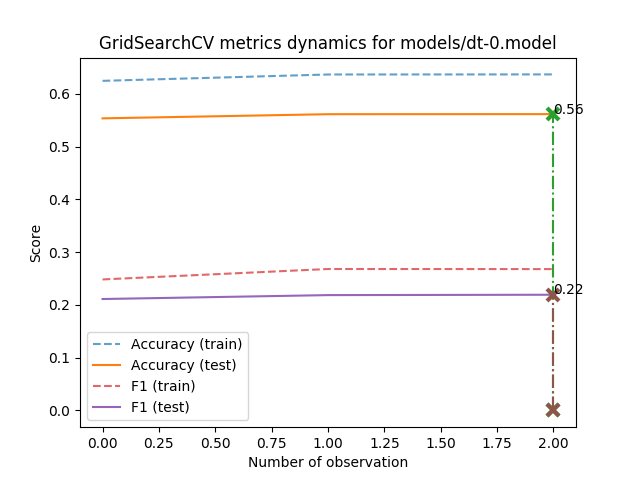
This is models/dt-0.model_metrics.png from AverHLV/diploma-computations, a Graphviz export, as it was before one commit. Its source is kept beside it as models/dt-0.model.dot.
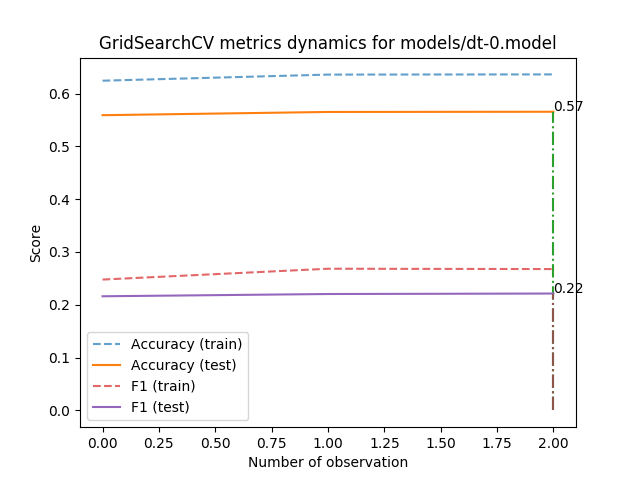
After the change.

What changed in the source:
```diff
@@ -1,56 +1,56 @@
 digraph Tree {
 node [shape=box, style="filled", color="black"] ;
-0 [label="Topic <= 0.998\ngini = 0.559\nsamples = 12050\nvalue = [[30, 5166, 706, 4402, 1746]\n[322, 7282, 2436, 828, 1182]\n[144, 6540, 585, 4082, 699]\n...\n[15, 5606, 844, 3950, 1635]\n[8, 154, 61, 49, 11778]\n[17, 2004, 33, 7737, 2259]]", fillcolor="#fffdfb"] ;
-1 [label="Екогрупа <= -2.261\ngini = 0.544\nsamples = 9290\nvalue = [[25, 4620, 562, 2721, 1362]\n[273, 5762, 1754, 570, 931]\n[123, 5752, 474, 2294, 647]\n...\n[15, 4909, 458, 2521, 1387]\n[7, 134, 34, 40, 9075]\n[16, 1800, 22, 5810, 1642]]", fillcolor="#fdf6f1"] ;
+0 [label="Topic <= 0.998\ngini = 0.558\nsamples = 12050\nvalue = [[27, 5113, 711, 4402, 1797]\n[327, 7332, 2419, 819, 1153]\n[149, 6572, 601, 4012, 716]\n...\n[15, 5698, 834, 3898, 1605]\n[10, 146, 64, 42, 11788]\n[15, 2007, 29, 7736, 2263]]", fillcolor="#fefcfb"] ;
+1 [label="Екогрупа <= -2.261\ngini = 0.544\nsamples = 9288\nvalue = [[23, 4571, 561, 2715, 1418]\n[272, 5796, 1748, 558, 914]\n[131, 5761, 496, 2242, 658]\n...\n[15, 4977, 455, 2485, 1356]\n[8, 126, 37, 30, 9087]\n[14, 1796, 21, 5836, 1621]]", fillcolor="#fdf6f1"] ;
 0 -> 1 [labeldistance=2.5, labelangle=45, headlabel="True"] ;
-5 [label="gini = 0.494\nsamples = 499\nvalue = [[3, 121, 16, 231, 128]\n[1, 311, 70, 39, 78]\n[2, 155, 8, 283, 51]\n...\n[0, 128, 31, 206, 134]\n[0, 0, 0, 0, 499]\n[5, 20, 0, 39, 435]]", fillcolor="#f9e1d0"] ;
+5 [label="gini = 0.494\nsamples = 469\nvalue = [[2, 107, 15, 221, 124]\n[1, 283, 66, 39, 80]\n[2, 140, 6, 272, 49]\n...\n[0, 120, 31, 193, 125]\n[0, 0, 0, 0, 469]\n[5, 15, 0, 33, 416]]", fillcolor="#f9e1d0"] ;
 1 -> 5 ;
-6 [label="ОБ <= -0.102\ngini = 0.538\nsamples = 8791\nvalue = [[22, 4499, 546, 2490, 1234]\n[272, 5451, 1684, 531, 853]\n[121, 5597, 466, 2011, 596]\n...\n[15, 4781, 427, 2315, 1253]\n[7, 134, 34, 40, 8576]\n[11, 1780, 22, 5771, 1207]]", fillcolor="#fdf4ed"] ;
+6 [label="ОБ <= -0.236\ngini = 0.538\nsamples = 8819\nvalue = [[21, 4464, 546, 2494, 1294]\n[271, 5513, 1682, 519, 834]\n[129, 5621, 490, 1970, 609]\n...\n[15, 4857, 424, 2292, 1231]\n[8, 126, 37, 30, 8618]\n[9, 1781, 21, 5803, 1205]]", fillcolor="#fdf4ed"] ;
 1 -> 6 ;
-7 [label="НФ <= 0.032\ngini = 0.526\nsamples = 2438\nvalue = [[14, 1426, 118, 492, 388]\n[51, 1586, 302, 166, 333]\n[34, 1538, 86, 437, 343]\n...\n[7, 1371, 102, 572, 386]\n[2, 25, 9, 1, 2401]\n[8, 444, 1, 1562, 423]]", fillcolor="#fcefe5"] ;
+7 [label="НФ <= 0.032\ngini = 0.522\nsamples = 2146\nvalue = [[10, 1258, 103, 404, 371]\n[44, 1409, 242, 145, 306]\n[31, 1372, 65, 381, 297]\n...\n[5, 1228, 77, 502, 334]\n[1, 21, 8, 1, 2115]\n[3, 372, 0, 1388, 383]]", fillcolor="#fbede2"] ;
 6 -> 7 ;
-21 [label="Екогрупа <= -0.778\ngini = 0.517\nsamples = 993\nvalue = [[1, 548, 35, 269, 140]\n[15, 680, 91, 72, 135]\n[11, 598, 29, 176, 179]\n...\n[2, 567, 24, 313, 87]\n[0, 5, 0, 0, 988]\n[3, 138, 0, 717, 135]]", fillcolor="#fbebdf"] ;
+21 [label="Екогрупа <= -0.142\ngini = 0.513\nsamples = 881\nvalue = [[1, 513, 34, 203, 130]\n[15, 632, 60, 52, 122]\n[8, 540, 23, 151, 159]\n...\n[1, 516, 18, 268, 78]\n[0, 3, 0, 0, 878]\n[1, 106, 0, 654, 120]]", fillcolor="#fae9dc"] ;
 7 -> 21 ;
-25 [label="gini = 0.393\nsamples = 226\nvalue = [[1, 177, 4, 15, 29]\n[0, 191, 11, 12, 12]\n[0, 194, 4, 23, 5]\n...\n[2, 165, 6, 24, 29]\n[0, 4, 0, 0, 222]\n[0, 10, 0, 147, 69]]", fillcolor="#f0b68c"] ;
+25 [label="gini = 0.435\nsamples = 320\nvalue = [[1, 245, 9, 30, 35]\n[1, 271, 16, 9, 23]\n[1, 272, 6, 28, 13]\n...\n[1, 230, 6, 42, 41]\n[0, 3, 0, 0, 317]\n[1, 17, 0, 221, 81]]", fillcolor="#f4c8a8"] ;
 21 -> 25 ;
-26 [label="gini = 0.524\nsamples = 767\nvalue = [[0, 371, 31, 254, 111]\n[15, 489, 80, 60, 123]\n[11, 404, 25, 153, 174]\n...\n[0, 402, 18, 289, 58]\n[0, 1, 0, 0, 766]\n[3, 128, 0, 570, 66]]", fillcolor="#fbeee4"] ;
+26 [label="gini = 0.518\nsamples = 561\nvalue = [[0, 268, 25, 173, 95]\n[14, 361, 44, 43, 99]\n[7, 268, 17, 123, 146]\n...\n[0, 286, 12, 226, 37]\n[0, 0, 0, 0, 561]\n[0, 89, 0, 433, 39]]", fillcolor="#fbebe0"] ;
 21 -> 26 ;
-22 [label="gini = 0.513\nsamples = 1445\nvalue = [[13, 878, 83, 223, 248]\n[36, 906, 211, 94, 198]\n[23, 940, 57, 261, 164]\n...\n[5, 804, 78, 259, 299]\n[2, 20, 9, 1, 1413]\n[5, 306, 1, 845, 288]]", fillcolor="#fae9dc"] ;
+22 [label="gini = 0.507\nsamples = 1265\nvalue = [[9, 745, 69, 201, 241]\n[29, 777, 182, 93, 184]\n[23, 832, 42, 230, 138]\n...\n[4, 712, 59, 234, 256]\n[1, 18, 8, 1, 1237]\n[2, 266, 0, 734, 263]]", fillcolor="#fae6d8"] ;
 7 -> 22 ;
-8 [label="Topic <= -1.596\ngini = 0.532\nsamples = 6353\nvalue = [[8, 3073, 428, 1998, 846]\n[221, 3865, 1382, 365, 520]\n[87, 4059, 380, 1574, 253]\n...\n[8, 3410, 325, 1743, 867]\n[5, 109, 25, 39, 6175]\n[3, 1336, 21, 4209, 784]]", fillcolor="#fcf1e9"] ;
+8 [label="Topic <= -1.596\ngini = 0.533\nsamples = 6673\nvalue = [[11, 3206, 443, 2090, 923]\n[227, 4104, 1440, 374, 528]\n[98, 4249, 425, 1589, 312]\n...\n[10, 3629, 347, 1790, 897]\n[7, 105, 29, 29, 6503]\n[6, 1409, 21, 4415, 822]]", fillcolor="#fcf1ea"] ;
 6 -> 8 ;
-9 [label="gini = 0.468\nsamples = 327\nvalue = [[3, 87, 57, 157, 23]\n[6, 236, 64, 10, 11]\n[0, 83, 64, 178, 2]\n...\n[1, 77, 77, 126, 46]\n[0, 24, 1, 17, 285]\n[0, 27, 0, 225, 75]]", fillcolor="#f6d6be"] ;
+9 [label="gini = 0.464\nsamples = 333\nvalue = [[3, 87, 60, 163, 20]\n[5, 249, 58, 10, 11]\n[0, 81, 67, 185, 0]\n...\n[1, 74, 88, 132, 38]\n[0, 21, 1, 12, 299]\n[0, 21, 0, 224, 88]]", fillcolor="#f6d4bc"] ;
 8 -> 9 ;
-10 [label="Екогрупа <= 0.493\ngini = 0.527\nsamples = 6026\nvalue = [[5, 2986, 371, 1841, 823]\n[215, 3629, 1318, 355, 509]\n[87, 3976, 316, 1396, 251]\n...\n[7, 3333, 248, 1617, 821]\n[5, 85, 24, 22, 5890]\n[3, 1309, 21, 3984, 709]]", fillcolor="#fcefe6"] ;
+10 [label="НФ <= 0.392\ngini = 0.527\nsamples = 6340\nvalue = [[8, 3119, 383, 1927, 903]\n[222, 3855, 1382, 364, 517]\n[98, 4168, 358, 1404, 312]\n...\n[9, 3555, 259, 1658, 859]\n[7, 84, 28, 17, 6204]\n[6, 1388, 21, 4191, 734]]", fillcolor="#fcefe6"] ;
 8 -> 10 ;
-15 [label="gini = 0.522\nsamples = 3340\nvalue = [[5, 1693, 249, 869, 524]\n[110, 2079, 697, 166, 288]\n[34, 2354, 166, 656, 130]\n...\n[6, 1802, 117, 824, 591]\n[3, 53, 9, 11, 3264]\n[0, 536, 16, 2190, 598]]", fillcolor="#fbede3"] ;
-10 -> 15 ;
-16 [label="gini = 0.521\nsamples = 2686\nvalue = [[0, 1293, 122, 972, 299]\n[105, 1550, 621, 189, 221]\n[53, 1622, 150, 740, 121]\n...\n[1, 1531, 131, 793, 230]\n[2, 32, 15, 11, 2626]\n[3, 773, 5, 1794, 111]]", fillcolor="#fbede2"] ;
-10 -> 16 ;
-2 [label="НФ <= -0.149\ngini = 0.526\nsamples = 2760\nvalue = [[5, 546, 144, 1681, 384]\n[49, 1520, 682, 258, 251]\n[21, 788, 111, 1788, 52]\n...\n[0, 697, 386, 1429, 248]\n[1, 20, 27, 9, 2703]\n[1, 204, 11, 1927, 617]]", fillcolor="#fcefe5"] ;
+13 [label="gini = 0.516\nsamples = 3803\nvalue = [[5, 1797, 180, 1237, 584]\n[110, 2454, 842, 203, 194]\n[49, 2471, 196, 867, 220]\n...\n[7, 2217, 167, 1084, 328]\n[4, 26, 12, 8, 3753]\n[5, 892, 11, 2555, 340]]", fillcolor="#fbeade"] ;
+10 -> 13 ;
+14 [label="gini = 0.532\nsamples = 2537\nvalue = [[3, 1322, 203, 690, 319]\n[112, 1401, 540, 161, 323]\n[49, 1697, 162, 537, 92]\n...\n[2, 1338, 92, 574, 531]\n[3, 58, 16, 9, 2451]\n[1, 496, 10, 1636, 394]]", fillcolor="#fcf1e9"] ;
+10 -> 14 ;
+2 [label="НФ <= -0.149\ngini = 0.528\nsamples = 2762\nvalue = [[4, 542, 150, 1687, 379]\n[55, 1536, 671, 261, 239]\n[18, 811, 105, 1770, 58]\n...\n[0, 721, 379, 1413, 249]\n[2, 20, 27, 12, 2701]\n[1, 211, 8, 1900, 642]]", fillcolor="#fcefe6"] ;
 0 -> 2 [labeldistance=2.5, labelangle=-45, headlabel="False"] ;
-3 [label="Topic <= 1.034\ngini = 0.458\nsamples = 1820\nvalue = [[1, 153, 54, 1379, 233]\n[22, 959, 460, 211, 168]\n[1, 311, 48, 1436, 24]\n...\n[0, 316, 220, 1193, 91]\n[0, 3, 2, 0, 1815]\n[1, 57, 3, 1342, 417]]", fillcolor="#f6d2b8"] ;
+3 [label="Topic <= 1.016\ngini = 0.462\nsamples = 1836\nvalue = [[1, 153, 63, 1388, 231]\n[26, 976, 459, 212, 163]\n[2, 330, 45, 1432, 27]\n...\n[0, 339, 227, 1176, 94]\n[0, 3, 1, 1, 1831]\n[1, 62, 2, 1331, 440]]", fillcolor="#f6d3bb"] ;
 2 -> 3 ;
-11 [label="Екогрупа <= -0.566\ngini = 0.352\nsamples = 558\nvalue = [[0, 3, 23, 487, 45]\n[5, 390, 12, 94, 57]\n[0, 43, 10, 505, 0]\n...\n[0, 43, 132, 345, 38]\n[0, 0, 0, 0, 558]\n[0, 1, 0, 408, 149]]", fillcolor="#eca470"] ;
+11 [label="Екогрупа <= -0.566\ngini = 0.352\nsamples = 550\nvalue = [[0, 3, 24, 484, 39]\n[6, 383, 12, 94, 55]\n[0, 46, 10, 494, 0]\n...\n[0, 39, 138, 333, 40]\n[0, 0, 0, 0, 550]\n[0, 1, 0, 403, 146]]", fillcolor="#eca470"] ;
 3 -> 11 ;
-23 [label="gini = 0.27\nsamples = 188\nvalue = [[0, 1, 21, 165, 1]\n[1, 102, 1, 48, 36]\n[0, 0, 2, 186, 0]\n...\n[0, 8, 9, 133, 38]\n[0, 0, 0, 0, 188]\n[0, 0, 0, 41, 147]]", fillcolor="#e58139"] ;
+23 [label="gini = 0.269\nsamples = 186\nvalue = [[0, 1, 22, 162, 1]\n[2, 103, 1, 48, 32]\n[0, 0, 3, 183, 0]\n...\n[0, 6, 8, 133, 39]\n[0, 0, 0, 0, 186]\n[0, 0, 0, 42, 144]]", fillcolor="#e58139"] ;
 11 -> 23 ;
-24 [label="gini = 0.329\nsamples = 370\nvalue = [[0, 2, 2, 322, 44]\n[4, 288, 11, 46, 21]\n[0, 43, 8, 319, 0]\n...\n[0, 35, 123, 212, 0]\n[0, 0, 0, 0, 370]\n[0, 1, 0, 367, 2]]", fillcolor="#ea9a61"] ;
+24 [label="gini = 0.329\nsamples = 364\nvalue = [[0, 2, 2, 322, 38]\n[4, 280, 11, 46, 23]\n[0, 46, 7, 311, 0]\n...\n[0, 33, 130, 200, 1]\n[0, 0, 0, 0, 364]\n[0, 1, 0, 361, 2]]", fillcolor="#ea9a61"] ;
 11 -> 24 ;
-12 [label="Topic <= 1.421\ngini = 0.465\nsamples = 1262\nvalue = [[1, 150, 31, 892, 188]\n[17, 569, 448, 117, 111]\n[1, 268, 38, 931, 24]\n...\n[0, 273, 88, 848, 53]\n[0, 3, 2, 0, 1257]\n[1, 56, 3, 934, 268]]", fillcolor="#f6d5bd"] ;
+12 [label="Topic <= 1.421\ngini = 0.471\nsamples = 1286\nvalue = [[1, 150, 39, 904, 192]\n[20, 593, 447, 118, 108]\n[2, 284, 35, 938, 27]\n...\n[0, 300, 89, 843, 54]\n[0, 3, 1, 1, 1281]\n[1, 61, 2, 928, 294]]", fillcolor="#f7d7c0"] ;
 3 -> 12 ;
-17 [label="gini = 0.532\nsamples = 198\nvalue = [[0, 81, 9, 66, 42]\n[6, 118, 35, 8, 31]\n[0, 118, 6, 61, 13]\n...\n[0, 88, 8, 79, 23]\n[0, 2, 2, 0, 194]\n[1, 34, 0, 107, 56]]", fillcolor="#fcf1ea"] ;
-12 -> 17 ;
-18 [label="Topic <= 1.439\ngini = 0.425\nsamples = 1064\nvalue = [[1, 69, 22, 826, 146]\n[11, 451, 413, 109, 80]\n[1, 150, 32, 870, 11]\n...\n[0, 185, 80, 769, 30]\n[0, 1, 0, 0, 1063]\n[0, 22, 3, 827, 212]]", fillcolor="#f3c3a1"] ;
-12 -> 18 ;
-19 [label="gini = 0.328\nsamples = 435\nvalue = [[0, 15, 0, 357, 63]\n[6, 87, 233, 80, 29]\n[0, 29, 0, 406, 0]\n...\n[0, 39, 24, 360, 12]\n[0, 0, 0, 0, 435]\n[0, 1, 0, 377, 57]]", fillcolor="#ea9a60"] ;
-18 -> 19 ;
-20 [label="gini = 0.443\nsamples = 629\nvalue = [[1, 54, 22, 469, 83]\n[5, 364, 180, 29, 51]\n[1, 121, 32, 464, 11]\n...\n[0, 146, 56, 409, 18]\n[0, 1, 0, 0, 628]\n[0, 21, 3, 450, 155]]", fillcolor="#f4cbad"] ;
-18 -> 20 ;
-4 [label="Topic <= 1.016\ngini = 0.564\nsamples = 940\nvalue = [[4, 393, 90, 302, 151]\n[27, 561, 222, 47, 83]\n[20, 477, 63, 352, 28]\n...\n[0, 381, 166, 236, 157]\n[1, 17, 25, 9, 888]\n[0, 147, 8, 585, 200]]", fillcolor="#ffffff"] ;
+15 [label="gini = 0.531\nsamples = 213\nvalue = [[0, 80, 12, 76, 45]\n[7, 125, 43, 8, 30]\n[1, 121, 6, 69, 16]\n...\n[0, 107, 8, 78, 20]\n[0, 2, 1, 0, 210]\n[1, 34, 0, 117, 61]]", fillcolor="#fcf0e8"] ;
+12 -> 15 ;
+16 [label="Topic <= 1.439\ngini = 0.43\nsamples = 1073\nvalue = [[1, 70, 27, 828, 147]\n[13, 468, 404, 110, 78]\n[1, 163, 29, 869, 11]\n...\n[0, 193, 81, 765, 34]\n[0, 1, 0, 1, 1071]\n[0, 27, 2, 811, 233]]", fillcolor="#f3c6a5"] ;
+12 -> 16 ;
+17 [label="gini = 0.339\nsamples = 432\nvalue = [[0, 14, 0, 349, 69]\n[8, 89, 224, 82, 29]\n[0, 36, 0, 396, 0]\n...\n[0, 50, 24, 345, 13]\n[0, 0, 0, 0, 432]\n[0, 3, 0, 364, 65]]", fillcolor="#eb9f68"] ;
+16 -> 17 ;
+18 [label="gini = 0.445\nsamples = 641\nvalue = [[1, 56, 27, 479, 78]\n[5, 379, 180, 28, 49]\n[1, 127, 29, 473, 11]\n...\n[0, 143, 57, 420, 21]\n[0, 1, 0, 1, 639]\n[0, 24, 2, 447, 168]]", fillcolor="#f4ccaf"] ;
+16 -> 18 ;
+4 [label="Topic <= 1.016\ngini = 0.565\nsamples = 926\nvalue = [[3, 389, 87, 299, 148]\n[29, 560, 212, 49, 76]\n[16, 481, 60, 338, 31]\n...\n[0, 382, 152, 237, 155]\n[2, 17, 26, 11, 870]\n[0, 149, 6, 569, 202]]", fillcolor="#ffffff"] ;
 2 -> 4 ;
-13 [label="gini = 0.285\nsamples = 105\nvalue = [[0, 25, 24, 52, 4]\n[1, 82, 2, 7, 13]\n[0, 6, 0, 99, 0]\n...\n[0, 8, 73, 24, 0]\n[0, 0, 0, 0, 105]\n[0, 0, 0, 37, 68]]", fillcolor="#e68743"] ;
-4 -> 13 ;
-14 [label="gini = 0.56\nsamples = 835\nvalue = [[4, 368, 66, 250, 147]\n[26, 479, 220, 40, 70]\n[20, 471, 63, 253, 28]\n...\n[0, 373, 93, 212, 157]\n[1, 17, 25, 9, 783]\n[0, 147, 8, 548, 132]]", fillcolor="#fffdfc"] ;
-4 -> 14 ;
+19 [label="gini = 0.281\nsamples = 89\nvalue = [[0, 25, 21, 41, 2]\n[1, 72, 2, 4, 10]\n[0, 4, 0, 85, 0]\n...\n[0, 7, 63, 19, 0]\n[0, 0, 0, 0, 89]\n[0, 0, 0, 29, 60]]", fillcolor="#e68641"] ;
+4 -> 19 ;
+20 [label="gini = 0.56\nsamples = 837\nvalue = [[3, 364, 66, 258, 146]\n[28, 488, 210, 45, 66]\n[16, 477, 60, 253, 31]\n...\n[0, 375, 89, 218, 155]\n[2, 17, 26, 11, 781]\n[0, 149, 6, 540, 142]]", fillcolor="#fffdfc"] ;
+4 -> 20 ;
 }
```
